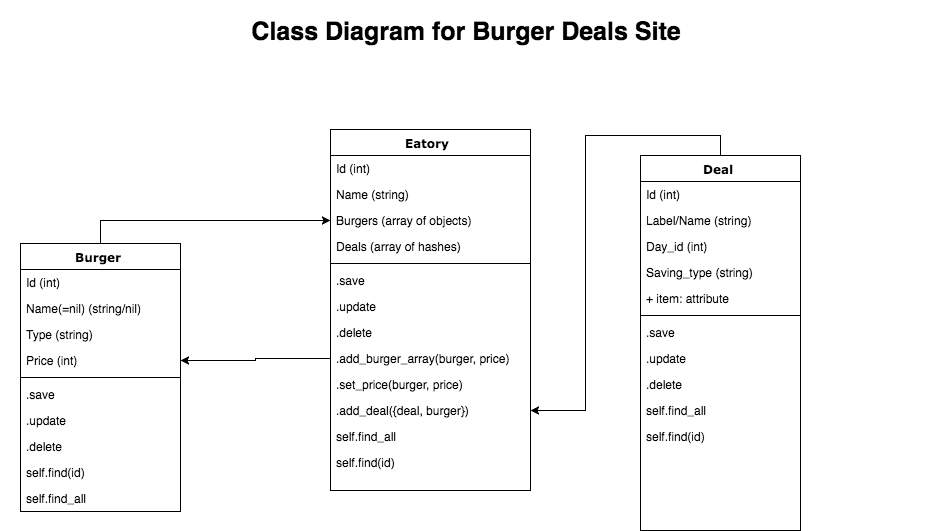
Earlier version of the draw.io export planning/class_diagram_burger_deals.png (dinhosang/cc_project_1_burger_deals). Source tidied: cells renumbered, new cells last; positions are measured from the earlier drawing's top-left corner, leaving out a move shared by most shapes.
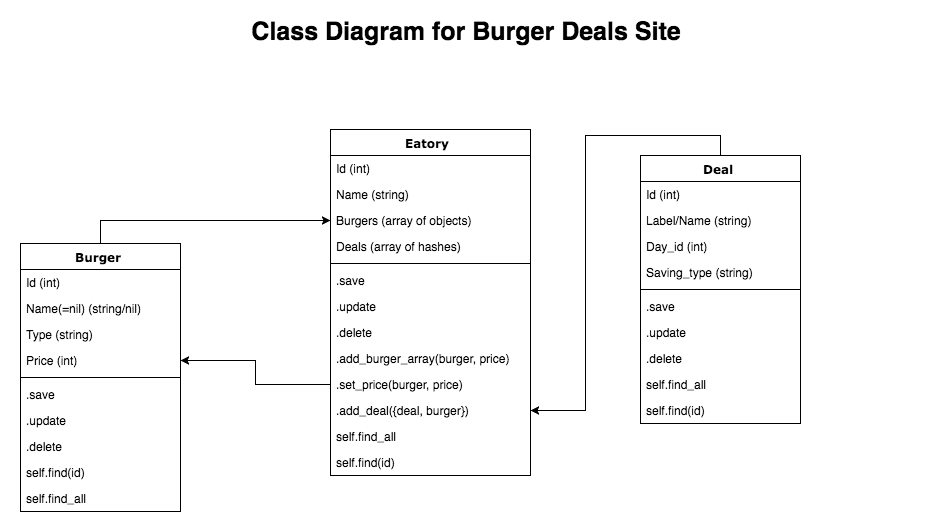
The same file after the commit.

The edit, as a diff of the source:
```diff
@@ -3,7 +3,7 @@
     <mxCell id="0" />
     <mxCell id="1" parent="0" />
     <mxCell id="2" value="Eatory" style="swimlane;html=1;fontStyle=1;align=center;verticalAlign=top;horizontal=1;startSize=26;swimlaneFillColor=#ffffff;rounded=0;shadow=0;comic=0;labelBackgroundColor=none;strokeColor=#000000;strokeWidth=1;fillColor=none;fontFamily=Verdana;fontSize=12;fontColor=#000000;" parent="1" vertex="1">
-      <mxGeometry x="330" y="129" width="200" height="361" as="geometry" />
+      <mxGeometry x="330" y="129" width="200" height="346" as="geometry" />
     </mxCell>
     <mxCell id="3" value="Id (int)" style="text;html=1;strokeColor=none;fillColor=none;align=left;verticalAlign=top;spacingLeft=4;spacingRight=4;whiteSpace=wrap;overflow=hidden;" parent="2" vertex="1">
       <mxGeometry y="26" width="200" height="26" as="geometry" />
@@ -48,7 +48,7 @@
       <mxGeometry relative="1" as="geometry" />
     </mxCell>
     <mxCell id="17" value="Deal" style="swimlane;html=1;fontStyle=1;align=center;verticalAlign=top;horizontal=1;startSize=26;swimlaneFillColor=#ffffff;rounded=0;shadow=0;comic=0;labelBackgroundColor=none;strokeColor=#000000;strokeWidth=1;fillColor=none;fontFamily=Verdana;fontSize=12;fontColor=#000000;" parent="1" vertex="1">
-      <mxGeometry x="640" y="155" width="160" height="375" as="geometry" />
+      <mxGeometry x="640" y="155" width="160" height="268" as="geometry" />
     </mxCell>
     <mxCell id="18" value="Id (int)" style="text;html=1;strokeColor=none;fillColor=none;align=left;verticalAlign=top;spacingLeft=4;spacingRight=4;whiteSpace=wrap;overflow=hidden;" parent="17" vertex="1">
       <mxGeometry y="26" width="160" height="26" as="geometry" />
@@ -62,26 +62,23 @@
     <mxCell id="21" value="Saving_type (string)&lt;div&gt;&lt;br&gt;&lt;/div&gt;" style="text;html=1;strokeColor=none;fillColor=none;align=left;verticalAlign=top;spacingLeft=4;spacingRight=4;whiteSpace=wrap;overflow=hidden;" parent="17" vertex="1">
       <mxGeometry y="104" width="160" height="26" as="geometry" />
     </mxCell>
-    <mxCell id="22" value="+ item: attribute" style="text;strokeColor=none;fillColor=none;align=left;verticalAlign=top;spacingLeft=4;spacingRight=4;overflow=hidden;" parent="17" vertex="1">
-      <mxGeometry y="130" width="160" height="26" as="geometry" />
-    </mxCell>
     <mxCell id="23" style="line;html=1;strokeWidth=1;fillColor=none;align=left;verticalAlign=middle;spacingTop=-1;spacingLeft=3;spacingRight=3;labelPosition=right;" parent="17" vertex="1">
-      <mxGeometry y="156" width="160" height="8" as="geometry" />
+      <mxGeometry y="130" width="160" height="8" as="geometry" />
     </mxCell>
     <mxCell id="24" value=".save" style="text;html=1;strokeColor=none;fillColor=none;align=left;verticalAlign=top;spacingLeft=4;spacingRight=4;whiteSpace=wrap;overflow=hidden;" parent="17" vertex="1">
-      <mxGeometry y="164" width="160" height="26" as="geometry" />
+      <mxGeometry y="138" width="160" height="26" as="geometry" />
     </mxCell>
     <mxCell id="25" value=".update" style="text;html=1;strokeColor=none;fillColor=none;align=left;verticalAlign=top;spacingLeft=4;spacingRight=4;whiteSpace=wrap;overflow=hidden;" parent="17" vertex="1">
-      <mxGeometry y="190" width="160" height="26" as="geometry" />
+      <mxGeometry y="164" width="160" height="26" as="geometry" />
     </mxCell>
     <mxCell id="26" value=".delete" style="text;html=1;strokeColor=none;fillColor=none;align=left;verticalAlign=top;spacingLeft=4;spacingRight=4;whiteSpace=wrap;overflow=hidden;" parent="17" vertex="1">
-      <mxGeometry y="216" width="160" height="26" as="geometry" />
+      <mxGeometry y="190" width="160" height="26" as="geometry" />
     </mxCell>
     <mxCell id="27" value="self.find_all" style="text;html=1;strokeColor=none;fillColor=none;align=left;verticalAlign=top;spacingLeft=4;spacingRight=4;whiteSpace=wrap;overflow=hidden;" parent="17" vertex="1">
-      <mxGeometry y="242" width="160" height="26" as="geometry" />
+      <mxGeometry y="216" width="160" height="26" as="geometry" />
     </mxCell>
     <mxCell id="28" value="self.find(id)" style="text;html=1;strokeColor=none;fillColor=none;align=left;verticalAlign=top;spacingLeft=4;spacingRight=4;whiteSpace=wrap;overflow=hidden;" parent="17" vertex="1">
-      <mxGeometry y="268" width="160" height="26" as="geometry" />
+      <mxGeometry y="242" width="160" height="26" as="geometry" />
     </mxCell>
     <mxCell id="29" style="edgeStyle=orthogonalEdgeStyle;rounded=0;html=1;entryX=0;entryY=0.5;jettySize=auto;exitX=0.5;exitY=0;" parent="1" edge="1" source="30" target="5">
       <mxGeometry relative="1" as="geometry">
@@ -125,11 +122,11 @@
     <mxCell id="40" value="self.find_all" style="text;html=1;strokeColor=none;fillColor=none;align=left;verticalAlign=top;spacingLeft=4;spacingRight=4;whiteSpace=wrap;overflow=hidden;" parent="30" vertex="1">
       <mxGeometry y="242" width="160" height="26" as="geometry" />
     </mxCell>
-    <mxCell id="41" style="edgeStyle=orthogonalEdgeStyle;rounded=0;html=1;exitX=0;exitY=0.5;entryX=1;entryY=0.5;jettySize=auto;" parent="1" edge="1" source="11" target="34">
-      <mxGeometry relative="1" as="geometry" />
-    </mxCell>
     <mxCell id="42" value="&lt;font style=&quot;font-size: 25px&quot;&gt;&lt;b&gt;Class Diagram for Burger Deals Site&lt;/b&gt;&lt;/font&gt;" style="text;html=1;strokeColor=none;fillColor=none;align=center;verticalAlign=middle;whiteSpace=wrap;rounded=0;" parent="1" vertex="1">
       <mxGeometry width="930" height="60" as="geometry" />
     </mxCell>
+    <mxCell id="43" style="edgeStyle=orthogonalEdgeStyle;rounded=0;html=1;exitX=0;exitY=0.5;entryX=1;entryY=0.5;jettySize=auto;" parent="1" edge="1" source="12" target="34">
+      <mxGeometry relative="1" as="geometry" />
+    </mxCell>
   </root>
 </mxGraphModel>
```
